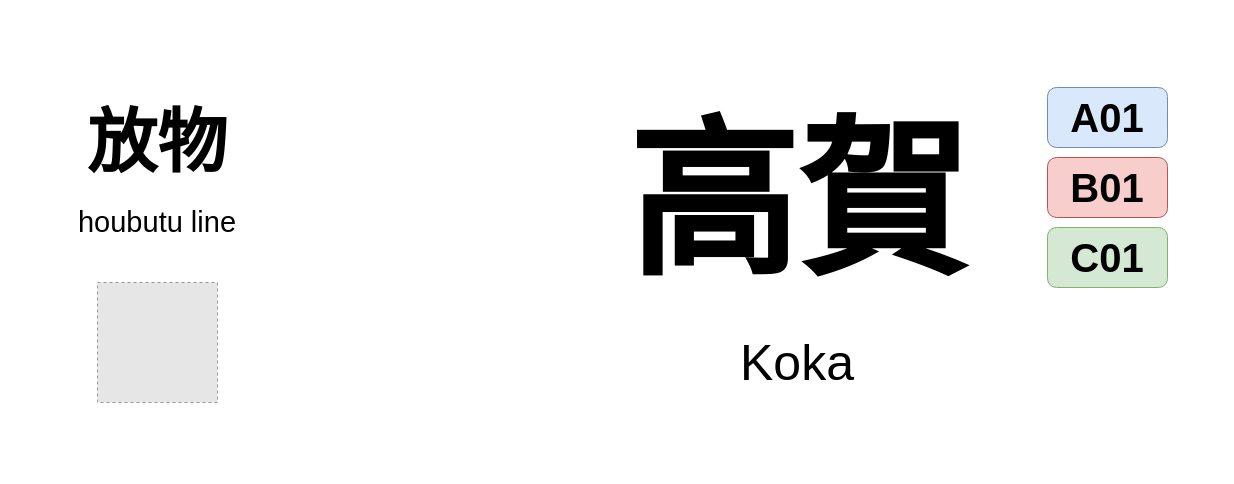
Earlier version of the draw.io diagram page "高賀" (8 of 16) of houbutu/放物.drawio (chainsawsteel1/drawio-files). Source tidied: cells renumbered, new cells numbered last; positions are measured from the earlier drawing's top-left corner, leaving out a move shared by most shapes. Both pictures are drawn from the tidied source at 100%, with x=0, y=0 at pixel (17, 17). Pictures stored in the file or linked from it are replaced by grey dashed boxes.
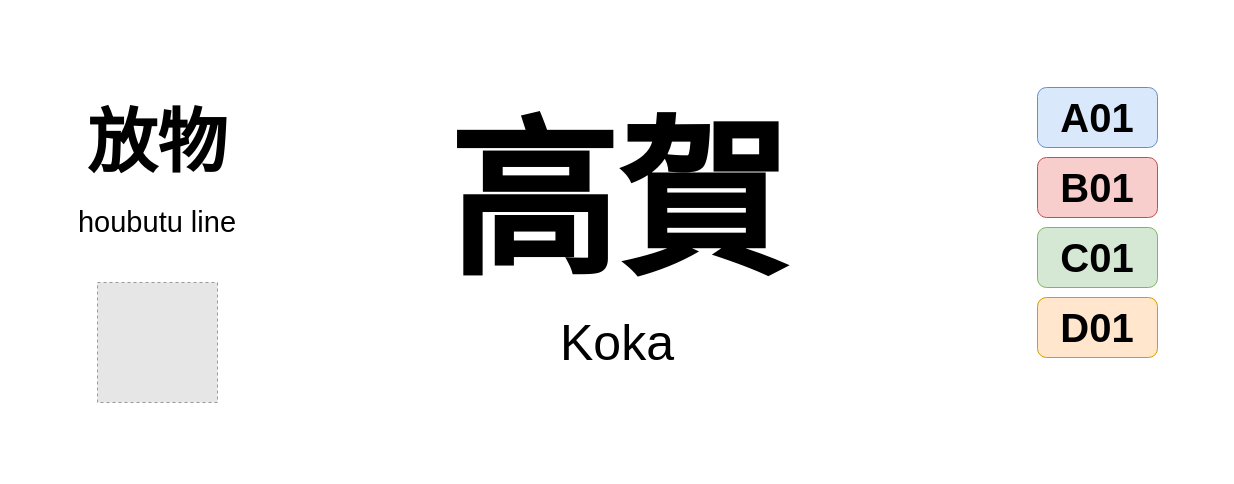
Above is the later version.

What changed in the source:
```diff
@@
 <mxGraphModel>
   <root>
     <mxCell id="0" />
     <mxCell id="1" parent="0" />
     <mxCell id="2" value="&lt;font size=&quot;1&quot;&gt;&lt;b style=&quot;font-size: 70px;&quot;&gt;放物&lt;/b&gt;&lt;/font&gt;" style="text;html=1;align=center;verticalAlign=middle;whiteSpace=wrap;rounded=0;" parent="1" vertex="1">
       <mxGeometry x="40" y="85" width="200" height="80" as="geometry" />
     </mxCell>
     <mxCell id="3" value="&lt;font size=&quot;1&quot;&gt;&lt;b style=&quot;font-size: 170px;&quot;&gt;高賀&lt;/b&gt;&lt;/font&gt;" style="text;html=1;align=center;verticalAlign=middle;whiteSpace=wrap;rounded=0;" parent="1" vertex="1">
-      <mxGeometry x="400" y="85" width="760" height="200" as="geometry" />
+      <mxGeometry x="220" y="85" width="760" height="200" as="geometry" />
     </mxCell>
     <mxCell id="4" value="&lt;font style=&quot;font-size: 50px;&quot;&gt;Koka&lt;/font&gt;" style="text;html=1;align=center;verticalAlign=middle;whiteSpace=wrap;rounded=0;" parent="1" vertex="1">
-      <mxGeometry x="400" y="305" width="760" height="80" as="geometry" />
+      <mxGeometry x="220" y="285" width="760" height="80" as="geometry" />
     </mxCell>
     <mxCell id="5" value="&lt;font style=&quot;font-size: 29px;&quot;&gt;houbutu line&lt;br&gt;&lt;/font&gt;" style="text;html=1;align=center;verticalAlign=middle;whiteSpace=wrap;rounded=0;" parent="1" vertex="1">
       <mxGeometry x="40" y="185" width="200" height="40" as="geometry" />
     </mxCell>
     <mxCell id="6" style="fillColor=#E6E6E6;strokeColor=#999999;dashed=1;verticalLabelPosition=bottom;labelBackgroundColor=default;verticalAlign=top;" parent="1" vertex="1">
       <mxGeometry x="80" y="265" width="120" height="120" as="geometry" />
     </mxCell>
     <mxCell id="7" value="&amp;nbsp;" style="text;html=1;align=center;verticalAlign=middle;whiteSpace=wrap;rounded=0;" parent="1" vertex="1">
       <mxGeometry y="430" width="1200" height="20" as="geometry" />
     </mxCell>
     <mxCell id="8" value="&amp;nbsp;" style="text;html=1;align=center;verticalAlign=middle;whiteSpace=wrap;rounded=0;" parent="1" vertex="1">
       <mxGeometry width="1200" height="20" as="geometry" />
     </mxCell>
     <mxCell id="9" value="&lt;font size=&quot;1&quot;&gt;&lt;b&gt;&lt;font style=&quot;font-size: 40px;&quot;&gt;A01&lt;/font&gt;&lt;/b&gt;&lt;/font&gt;" style="rounded=1;whiteSpace=wrap;html=1;fillColor=#dae8fc;strokeColor=#6c8ebf;" parent="1" vertex="1">
-      <mxGeometry x="1030" y="70" width="120" height="60" as="geometry" />
+      <mxGeometry x="1020" y="70" width="120" height="60" as="geometry" />
     </mxCell>
     <mxCell id="10" value="&lt;font size=&quot;1&quot;&gt;&lt;b&gt;&lt;font style=&quot;font-size: 40px;&quot;&gt;B01&lt;/font&gt;&lt;/b&gt;&lt;/font&gt;" style="rounded=1;whiteSpace=wrap;html=1;fillColor=#f8cecc;strokeColor=#b85450;" parent="1" vertex="1">
-      <mxGeometry x="1030" y="140" width="120" height="60" as="geometry" />
+      <mxGeometry x="1020" y="140" width="120" height="60" as="geometry" />
     </mxCell>
     <mxCell id="11" value="&lt;font size=&quot;1&quot;&gt;&lt;b&gt;&lt;font style=&quot;font-size: 40px;&quot;&gt;C01&lt;/font&gt;&lt;/b&gt;&lt;/font&gt;" style="rounded=1;whiteSpace=wrap;html=1;fillColor=#d5e8d4;strokeColor=#82b366;" parent="1" vertex="1">
-      <mxGeometry x="1030" y="210" width="120" height="60" as="geometry" />
+      <mxGeometry x="1020" y="210" width="120" height="60" as="geometry" />
     </mxCell>
+    <mxCell id="12" value="&lt;font size=&quot;1&quot;&gt;&lt;b&gt;&lt;font style=&quot;font-size: 40px;&quot;&gt;D01&lt;/font&gt;&lt;/b&gt;&lt;/font&gt;" style="rounded=1;whiteSpace=wrap;html=1;fillColor=#ffe6cc;strokeColor=#d79b00;" parent="1" vertex="1">
+      <mxGeometry x="1020" y="280" width="120" height="60" as="geometry" />
+    </mxCell>
   </root>
 </mxGraphModel>
```
